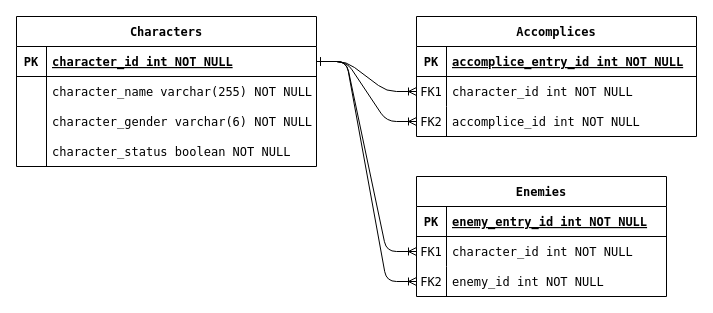
Earlier version of the draw.io diagram backend/ERD.drawio (suzoo-dev/marvel-app). Source tidied: cells renumbered, new cells numbered last; positions are measured from the earlier drawing's top-left corner, leaving out a move shared by most shapes. Both pictures are drawn from the tidied source at 100%, with x=0, y=0 at pixel (16, 16).
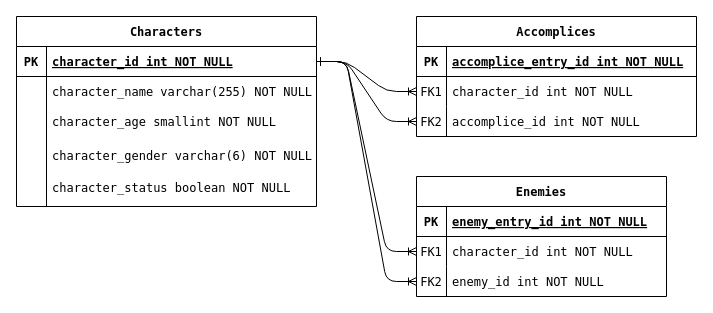
After the change.

Commit message (it also covers changes not shown here):
missed age from character table

Change to the diagram source:
```diff
@@
     <mxCell id="26" style="group;" parent="1" vertex="1">
-      <mxGeometry width="300" height="150" as="geometry" />
+      <mxGeometry width="300" height="190" as="geometry" />
     </mxCell>
     <mxCell id="27" value="Characters" style="shape=table;startSize=30;childLayout=tableLayout;rowLines=0;fontStyle=1;align=center;fontFamily=Lucida Console;spacing=0;" parent="26" vertex="1">
-      <mxGeometry width="300" height="150" as="geometry" />
+      <mxGeometry width="300" height="190" as="geometry" />
     </mxCell>
@@
     <mxCell id="34" value="character_gender varchar(6) NOT NULL" style="shape=partialRectangle;overflow=hidden;fillColor=none;top=0;left=0;bottom=0;right=0;align=left;spacingLeft=6;fontFamily=Lucida Console;spacing=0;" parent="26" vertex="1">
-      <mxGeometry x="30" y="90" width="270" height="30" as="geometry" />
+      <mxGeometry x="30" y="120" width="270" height="38" as="geometry" />
     </mxCell>
     <mxCell id="35" style="shape=partialRectangle;overflow=hidden;fillColor=none;top=0;left=0;bottom=0;right=1;fontFamily=Lucida Console;spacing=0;" parent="26" vertex="1">
-      <mxGeometry y="90" width="30" height="30" as="geometry" />
+      <mxGeometry y="114" width="30" height="38" as="geometry" />
     </mxCell>
     <mxCell id="36" value="character_status boolean NOT NULL" style="shape=partialRectangle;overflow=hidden;fillColor=none;top=0;left=0;bottom=0;right=0;align=left;spacingLeft=6;fontFamily=Lucida Console;spacing=0;" parent="26" vertex="1">
-      <mxGeometry x="30" y="120" width="270" height="30" as="geometry" />
+      <mxGeometry x="30" y="152" width="270" height="38" as="geometry" />
     </mxCell>
     <mxCell id="37" style="shape=partialRectangle;overflow=hidden;fillColor=none;top=0;left=0;bottom=0;right=1;fontFamily=Lucida Console;spacing=0;" parent="26" vertex="1">
-      <mxGeometry y="120" width="30" height="30" as="geometry" />
+      <mxGeometry y="152" width="30" height="38" as="geometry" />
     </mxCell>
+    <mxCell id="38" style="shape=partialRectangle;overflow=hidden;fillColor=none;top=0;left=0;bottom=0;right=1;fontFamily=Lucida Console;spacing=0;" parent="26" vertex="1">
+      <mxGeometry y="90" width="30" height="30" as="geometry" />
+    </mxCell>
+    <mxCell id="39" value="character_age smallint NOT NULL" style="shape=partialRectangle;overflow=hidden;fillColor=none;top=0;left=0;bottom=0;right=0;align=left;spacingLeft=6;fontFamily=Lucida Console;spacing=0;" parent="26" vertex="1">
+      <mxGeometry x="30" y="90" width="270" height="30" as="geometry" />
+    </mxCell>
```
